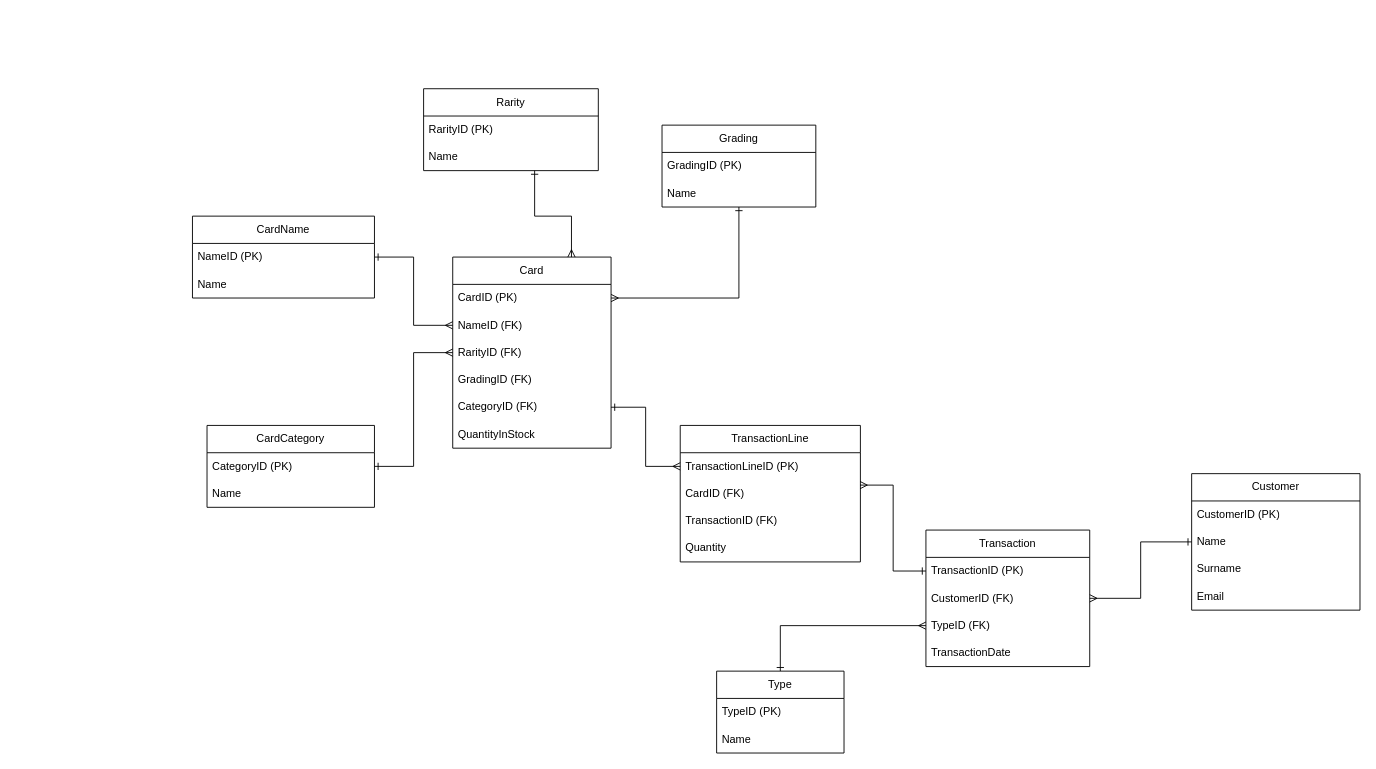
This is Documentation/LevelUp1PhysicalERD.drawio from bbd-grad-levelups/Fantasy-Trading-Card-Database, a draw.io file, before an edit. Source tidied: cells renumbered, new cells numbered last; positions are measured from the earlier drawing's top-left corner, leaving out a move shared by most shapes. Both pictures are drawn from the tidied source at 91%, with x=0, y=0 at pixel (192, 88).
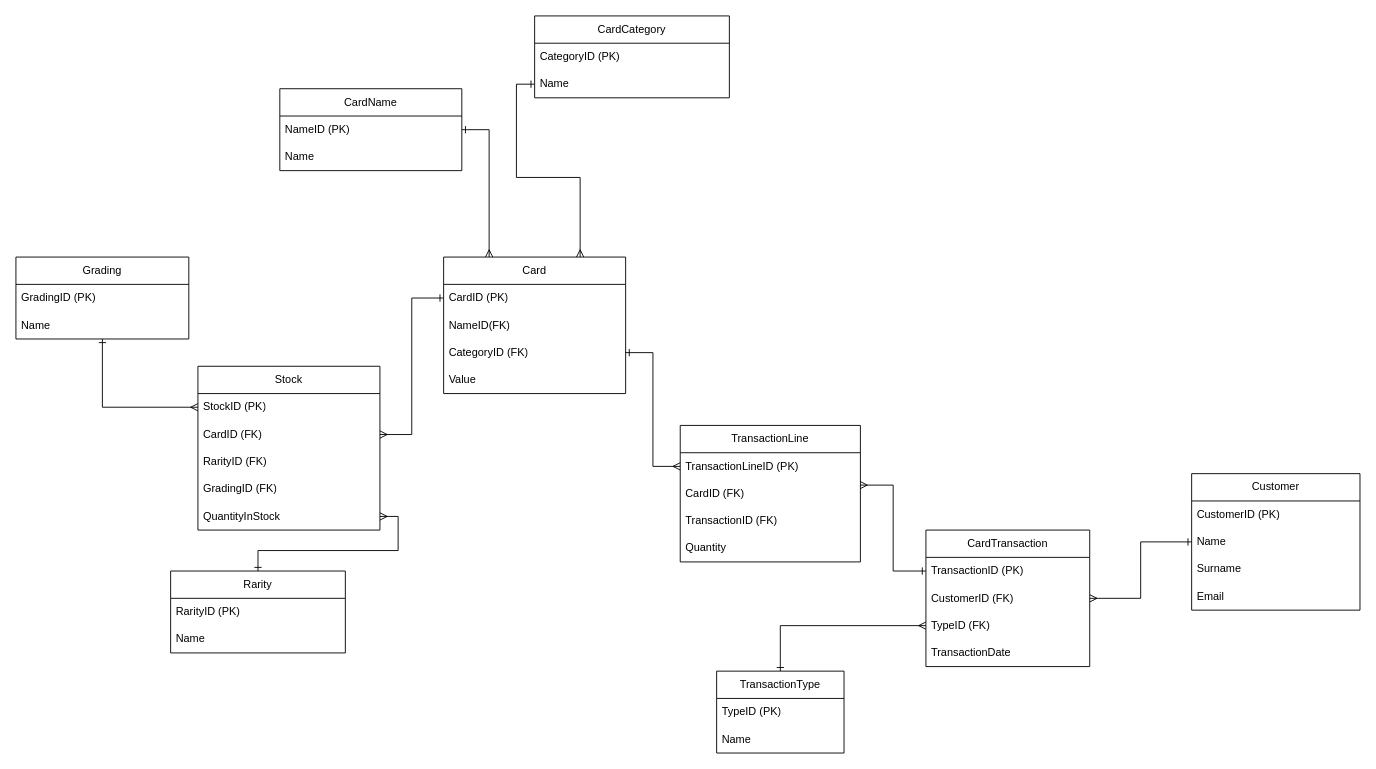
The same page after the edit.

Unchanged cells that the change refers to:
```xml
<mxCell id="37" value="TransactionLineID (PK)" style="text;strokeColor=none;fillColor=none;align=left;verticalAlign=middle;spacingLeft=4;spacingRight=4;overflow=hidden;points=[[0,0.5],[1,0.5]];portConstraint=eastwest;whiteSpace=wrap;html=1;" parent="36" vertex="1">
  <mxGeometry y="30" width="198" height="30" as="geometry" />
</mxCell>
<mxCell id="44" value="NameID (PK)" style="text;strokeColor=none;fillColor=none;align=left;verticalAlign=middle;spacingLeft=4;spacingRight=4;overflow=hidden;points=[[0,0.5],[1,0.5]];portConstraint=eastwest;whiteSpace=wrap;html=1;" parent="43" vertex="1">
  <mxGeometry y="30" width="200" height="30" as="geometry" />
</mxCell>
```

Diff of the diagram source:
```diff
@@
-    <mxCell id="2" value="CardCategory" style="swimlane;fontStyle=0;horizontal=1;startSize=30;whiteSpace=wrap;html=1;" parent="1" vertex="1">
-      <mxGeometry x="16" y="370" width="184" height="90" as="geometry" />
-    </mxCell>
-    <mxCell id="3" value="CategoryID (PK)" style="text;strokeColor=none;fillColor=none;align=left;verticalAlign=middle;spacingLeft=4;spacingRight=4;overflow=hidden;points=[[0,0.5],[1,0.5]];portConstraint=eastwest;whiteSpace=wrap;html=1;" parent="2" vertex="1">
-      <mxGeometry y="30" width="184" height="30" as="geometry" />
-    </mxCell>
-    <mxCell id="4" value="Name" style="text;strokeColor=none;fillColor=none;align=left;verticalAlign=middle;spacingLeft=4;spacingRight=4;overflow=hidden;whiteSpace=wrap;html=1;" parent="2" vertex="1">
-      <mxGeometry y="60" width="184" height="30" as="geometry" />
-    </mxCell>
-    <mxCell id="5" value="Card" style="swimlane;fontStyle=0;horizontal=1;startSize=30;whiteSpace=wrap;html=1;" parent="1" vertex="1">
-      <mxGeometry x="286" y="185" width="174" height="210" as="geometry" />
-    </mxCell>
-    <mxCell id="6" value="CardID (PK)" style="text;strokeColor=none;fillColor=none;align=left;verticalAlign=middle;spacingLeft=4;spacingRight=4;overflow=hidden;points=[[0,0.5],[1,0.5]];portConstraint=eastwest;whiteSpace=wrap;html=1;" parent="5" vertex="1">
-      <mxGeometry y="30" width="174" height="30" as="geometry" />
-    </mxCell>
-    <mxCell id="7" value="NameID (FK)" style="text;strokeColor=none;fillColor=none;align=left;verticalAlign=middle;spacingLeft=4;spacingRight=4;overflow=hidden;points=[[0,0.5],[1,0.5]];portConstraint=eastwest;whiteSpace=wrap;html=1;" parent="5" vertex="1">
-      <mxGeometry y="60" width="174" height="30" as="geometry" />
-    </mxCell>
-    <mxCell id="8" value="RarityID (FK)" style="text;strokeColor=none;fillColor=none;align=left;verticalAlign=middle;spacingLeft=4;spacingRight=4;overflow=hidden;points=[[0,0.5],[1,0.5]];portConstraint=eastwest;whiteSpace=wrap;html=1;" parent="5" vertex="1">
-      <mxGeometry y="90" width="174" height="30" as="geometry" />
-    </mxCell>
-    <mxCell id="9" value="GradingID (FK)" style="text;strokeColor=none;fillColor=none;align=left;verticalAlign=middle;spacingLeft=4;spacingRight=4;overflow=hidden;whiteSpace=wrap;html=1;" parent="5" vertex="1">
-      <mxGeometry y="120" width="174" height="30" as="geometry" />
-    </mxCell>
-    <mxCell id="10" value="CategoryID (FK)" style="text;strokeColor=none;fillColor=none;align=left;verticalAlign=middle;spacingLeft=4;spacingRight=4;overflow=hidden;points=[[0,0.5],[1,0.5]];portConstraint=eastwest;whiteSpace=wrap;html=1;" parent="5" vertex="1">
-      <mxGeometry y="150" width="174" height="30" as="geometry" />
-    </mxCell>
-    <mxCell id="11" value="QuantityInStock" style="text;strokeColor=none;fillColor=none;align=left;verticalAlign=middle;spacingLeft=4;spacingRight=4;overflow=hidden;points=[[0,0.5],[1,0.5]];portConstraint=eastwest;whiteSpace=wrap;html=1;" parent="5" vertex="1">
-      <mxGeometry y="180" width="174" height="30" as="geometry" />
-    </mxCell>
-    <mxCell id="12" style="edgeStyle=orthogonalEdgeStyle;rounded=0;jettySize=auto;html=1;entryX=1;entryY=0.5;entryDx=0;entryDy=0;endArrow=ERmany;endFill=0;startArrow=ERone;startFill=0;" parent="1" edge="1" source="13" target="6">
-      <mxGeometry relative="1" as="geometry" />
-    </mxCell>
-    <mxCell id="13" value="Grading" style="swimlane;fontStyle=0;horizontal=1;startSize=30;whiteSpace=wrap;html=1;" parent="1" vertex="1">
-      <mxGeometry x="516" y="40" width="169" height="90" as="geometry" />
-    </mxCell>
-    <mxCell id="14" value="GradingID (PK)" style="text;strokeColor=none;fillColor=none;align=left;verticalAlign=middle;spacingLeft=4;spacingRight=4;overflow=hidden;whiteSpace=wrap;html=1;" parent="13" vertex="1">
-      <mxGeometry y="30" width="169" height="30" as="geometry" />
-    </mxCell>
-    <mxCell id="15" value="Name" style="text;strokeColor=none;fillColor=none;align=left;verticalAlign=middle;spacingLeft=4;spacingRight=4;overflow=hidden;whiteSpace=wrap;html=1;" parent="13" vertex="1">
-      <mxGeometry y="60" width="169" height="30" as="geometry" />
-    </mxCell>
-    <mxCell id="16" value="Transaction" style="swimlane;fontStyle=0;horizontal=1;startSize=30;whiteSpace=wrap;html=1;" parent="1" vertex="1">
+    <mxCell id="16" value="CardTransaction" style="swimlane;fontStyle=0;horizontal=1;startSize=30;whiteSpace=wrap;html=1;" parent="1" vertex="1">
       <mxGeometry x="806" y="485" width="180" height="150" as="geometry" />
     </mxCell>
@@
-    <mxCell id="21" value="Rarity" style="swimlane;fontStyle=0;horizontal=1;startSize=30;whiteSpace=wrap;html=1;" parent="1" vertex="1">
-      <mxGeometry x="254" width="192" height="90" as="geometry" />
-    </mxCell>
-    <mxCell id="22" value="RarityID (PK)" style="text;strokeColor=none;fillColor=none;align=left;verticalAlign=middle;spacingLeft=4;spacingRight=4;overflow=hidden;whiteSpace=wrap;html=1;" parent="21" vertex="1">
-      <mxGeometry y="30" width="192" height="30" as="geometry" />
-    </mxCell>
-    <mxCell id="23" value="Name" style="text;strokeColor=none;fillColor=none;align=left;verticalAlign=middle;spacingLeft=4;spacingRight=4;overflow=hidden;points=[[0,0.5],[1,0.5]];portConstraint=eastwest;whiteSpace=wrap;html=1;" parent="21" vertex="1">
-      <mxGeometry y="60" width="192" height="30" as="geometry" />
-    </mxCell>
-    <mxCell id="24" style="edgeStyle=orthogonalEdgeStyle;rounded=0;jettySize=auto;html=1;entryX=0.75;entryY=0;entryDx=0;entryDy=0;endArrow=ERmany;endFill=0;startArrow=ERone;startFill=0;" parent="1" edge="1" source="23" target="5">
-      <mxGeometry relative="1" as="geometry">
-        <Array as="points">
-          <mxPoint x="376" y="140" />
-          <mxPoint x="417" y="140" />
-        </Array>
-      </mxGeometry>
-    </mxCell>
-    <mxCell id="25" style="edgeStyle=orthogonalEdgeStyle;rounded=0;jettySize=auto;html=1;entryX=1;entryY=0.5;entryDx=0;entryDy=0;startArrow=ERmany;startFill=0;endArrow=ERone;endFill=0;" parent="1" edge="1" source="8" target="3">
-      <mxGeometry relative="1" as="geometry" />
-    </mxCell>
@@
-    <mxCell id="33" value="Type" style="swimlane;fontStyle=0;horizontal=1;startSize=30;whiteSpace=wrap;html=1;" parent="1" vertex="1">
+    <mxCell id="33" value="TransactionType" style="swimlane;fontStyle=0;horizontal=1;startSize=30;whiteSpace=wrap;html=1;" parent="1" vertex="1">
       <mxGeometry x="576" y="640" width="140" height="90" as="geometry" />
     </mxCell>
@@
-    <mxCell id="41" style="edgeStyle=orthogonalEdgeStyle;rounded=0;jettySize=auto;html=1;entryX=0;entryY=0.5;entryDx=0;entryDy=0;endArrow=ERmany;endFill=0;startArrow=ERone;startFill=0;" parent="1" edge="1" source="10" target="37">
+    <mxCell id="41" style="edgeStyle=orthogonalEdgeStyle;rounded=0;jettySize=auto;html=1;entryX=0;entryY=0.5;entryDx=0;entryDy=0;endArrow=ERmany;endFill=0;startArrow=ERone;startFill=0;exitX=1;exitY=0.5;exitDx=0;exitDy=0;" parent="1" edge="1" source="10" target="37">
       <mxGeometry relative="1" as="geometry" />
     </mxCell>
@@
+    <mxCell id="2" value="CardCategory" style="swimlane;fontStyle=0;horizontal=1;startSize=30;whiteSpace=wrap;html=1;" parent="1" vertex="1">
+      <mxGeometry x="376" y="-80" width="214" height="90" as="geometry" />
+    </mxCell>
+    <mxCell id="3" value="CategoryID (PK)" style="text;strokeColor=none;fillColor=none;align=left;verticalAlign=middle;spacingLeft=4;spacingRight=4;overflow=hidden;points=[[0,0.5],[1,0.5]];portConstraint=eastwest;whiteSpace=wrap;html=1;" parent="2" vertex="1">
+      <mxGeometry y="30" width="214" height="30" as="geometry" />
+    </mxCell>
+    <mxCell id="47" value="Name" style="text;strokeColor=none;fillColor=none;align=left;verticalAlign=middle;spacingLeft=4;spacingRight=4;overflow=hidden;points=[[0,0.5],[1,0.5]];portConstraint=eastwest;whiteSpace=wrap;html=1;" parent="2" vertex="1">
+      <mxGeometry y="60" width="214" height="30" as="geometry" />
+    </mxCell>
+    <mxCell id="5" value="Card" style="swimlane;fontStyle=0;horizontal=1;startSize=30;whiteSpace=wrap;html=1;" parent="1" vertex="1">
+      <mxGeometry x="276" y="185" width="200" height="150" as="geometry" />
+    </mxCell>
+    <mxCell id="6" value="CardID (PK)" style="text;strokeColor=none;fillColor=none;align=left;verticalAlign=middle;spacingLeft=4;spacingRight=4;overflow=hidden;points=[[0,0.5],[1,0.5]];portConstraint=eastwest;whiteSpace=wrap;html=1;" parent="5" vertex="1">
+      <mxGeometry y="30" width="200" height="30" as="geometry" />
+    </mxCell>
+    <mxCell id="48" value="NameID(FK)" style="text;strokeColor=none;fillColor=none;align=left;verticalAlign=middle;spacingLeft=4;spacingRight=4;overflow=hidden;whiteSpace=wrap;html=1;" parent="5" vertex="1">
+      <mxGeometry y="60" width="200" height="30" as="geometry" />
+    </mxCell>
+    <mxCell id="10" value="CategoryID (FK)" style="text;strokeColor=none;fillColor=none;align=left;verticalAlign=middle;spacingLeft=4;spacingRight=4;overflow=hidden;points=[[0,0.5],[1,0.5]];portConstraint=eastwest;whiteSpace=wrap;html=1;" parent="5" vertex="1">
+      <mxGeometry y="90" width="200" height="30" as="geometry" />
+    </mxCell>
+    <mxCell id="49" value="Value" style="text;strokeColor=none;fillColor=none;align=left;verticalAlign=middle;spacingLeft=4;spacingRight=4;overflow=hidden;whiteSpace=wrap;html=1;" parent="5" vertex="1">
+      <mxGeometry y="120" width="200" height="30" as="geometry" />
+    </mxCell>
+    <mxCell id="50" style="edgeStyle=orthogonalEdgeStyle;rounded=0;jettySize=auto;html=1;entryX=0;entryY=0.5;entryDx=0;entryDy=0;endArrow=ERmany;endFill=0;startArrow=ERone;startFill=0;" parent="1" edge="1" source="13" target="54">
+      <mxGeometry relative="1" as="geometry" />
+    </mxCell>
+    <mxCell id="13" value="Grading" style="swimlane;fontStyle=0;horizontal=1;startSize=30;whiteSpace=wrap;html=1;" parent="1" vertex="1">
+      <mxGeometry x="-194" y="185" width="190" height="90" as="geometry" />
+    </mxCell>
+    <mxCell id="14" value="GradingID (PK)" style="text;strokeColor=none;fillColor=none;align=left;verticalAlign=middle;spacingLeft=4;spacingRight=4;overflow=hidden;whiteSpace=wrap;html=1;" parent="13" vertex="1">
+      <mxGeometry y="30" width="190" height="30" as="geometry" />
+    </mxCell>
+    <mxCell id="51" value="Name" style="text;strokeColor=none;fillColor=none;align=left;verticalAlign=middle;spacingLeft=4;spacingRight=4;overflow=hidden;whiteSpace=wrap;html=1;" parent="13" vertex="1">
+      <mxGeometry y="60" width="190" height="30" as="geometry" />
+    </mxCell>
+    <mxCell id="52" style="edgeStyle=orthogonalEdgeStyle;rounded=0;jettySize=auto;html=1;entryX=1;entryY=0.5;entryDx=0;entryDy=0;endArrow=ERmany;endFill=0;startArrow=ERone;startFill=0;" parent="1" edge="1" source="21" target="11">
+      <mxGeometry relative="1" as="geometry" />
+    </mxCell>
+    <mxCell id="21" value="Rarity" style="swimlane;fontStyle=0;horizontal=1;startSize=30;whiteSpace=wrap;html=1;" parent="1" vertex="1">
+      <mxGeometry x="-24" y="530" width="192" height="90" as="geometry" />
+    </mxCell>
+    <mxCell id="22" value="RarityID (PK)" style="text;strokeColor=none;fillColor=none;align=left;verticalAlign=middle;spacingLeft=4;spacingRight=4;overflow=hidden;whiteSpace=wrap;html=1;" parent="21" vertex="1">
+      <mxGeometry y="30" width="192" height="30" as="geometry" />
+    </mxCell>
+    <mxCell id="23" value="Name" style="text;strokeColor=none;fillColor=none;align=left;verticalAlign=middle;spacingLeft=4;spacingRight=4;overflow=hidden;points=[[0,0.5],[1,0.5]];portConstraint=eastwest;whiteSpace=wrap;html=1;" parent="21" vertex="1">
+      <mxGeometry y="60" width="192" height="30" as="geometry" />
+    </mxCell>
     <mxCell id="43" value="CardName" style="swimlane;fontStyle=0;horizontal=1;startSize=30;whiteSpace=wrap;html=1;" parent="1" vertex="1">
-      <mxGeometry y="140" width="200" height="90" as="geometry" />
+      <mxGeometry x="96" width="200" height="90" as="geometry" />
     </mxCell>
@@
-    <mxCell id="46" style="edgeStyle=orthogonalEdgeStyle;rounded=0;jettySize=auto;html=1;entryX=0;entryY=0.5;entryDx=0;entryDy=0;endArrow=ERmany;endFill=0;startArrow=ERone;startFill=0;" parent="1" edge="1" source="44" target="7">
-      <mxGeometry relative="1" as="geometry" />
-    </mxCell>
+    <mxCell id="53" value="Stock" style="swimlane;fontStyle=0;horizontal=1;startSize=30;whiteSpace=wrap;html=1;" parent="1" vertex="1">
+      <mxGeometry x="6" y="305" width="200" height="180" as="geometry" />
+    </mxCell>
+    <mxCell id="54" value="StockID (PK)" style="text;strokeColor=none;fillColor=none;align=left;verticalAlign=middle;spacingLeft=4;spacingRight=4;overflow=hidden;points=[[0,0.5],[1,0.5]];portConstraint=eastwest;whiteSpace=wrap;html=1;" parent="53" vertex="1">
+      <mxGeometry y="30" width="200" height="30" as="geometry" />
+    </mxCell>
+    <mxCell id="55" value="CardID (FK)" style="text;strokeColor=none;fillColor=none;align=left;verticalAlign=middle;spacingLeft=4;spacingRight=4;overflow=hidden;points=[[0,0.5],[1,0.5]];portConstraint=eastwest;whiteSpace=wrap;html=1;" parent="53" vertex="1">
+      <mxGeometry y="60" width="200" height="30" as="geometry" />
+    </mxCell>
+    <mxCell id="8" value="RarityID (FK)" style="text;strokeColor=none;fillColor=none;align=left;verticalAlign=middle;spacingLeft=4;spacingRight=4;overflow=hidden;points=[[0,0.5],[1,0.5]];portConstraint=eastwest;whiteSpace=wrap;html=1;" parent="53" vertex="1">
+      <mxGeometry y="90" width="200" height="30" as="geometry" />
+    </mxCell>
+    <mxCell id="9" value="GradingID (FK)" style="text;strokeColor=none;fillColor=none;align=left;verticalAlign=middle;spacingLeft=4;spacingRight=4;overflow=hidden;whiteSpace=wrap;html=1;" parent="53" vertex="1">
+      <mxGeometry y="120" width="200" height="30" as="geometry" />
+    </mxCell>
+    <mxCell id="11" value="QuantityInStock" style="text;strokeColor=none;fillColor=none;align=left;verticalAlign=middle;spacingLeft=4;spacingRight=4;overflow=hidden;points=[[0,0.5],[1,0.5]];portConstraint=eastwest;whiteSpace=wrap;html=1;" parent="53" vertex="1">
+      <mxGeometry y="150" width="200" height="30" as="geometry" />
+    </mxCell>
+    <mxCell id="56" style="edgeStyle=orthogonalEdgeStyle;rounded=0;jettySize=auto;html=1;entryX=1;entryY=0.5;entryDx=0;entryDy=0;endArrow=ERmany;endFill=0;startArrow=ERone;startFill=0;" parent="1" edge="1" source="6" target="55">
+      <mxGeometry relative="1" as="geometry" />
+    </mxCell>
+    <mxCell id="57" style="edgeStyle=orthogonalEdgeStyle;rounded=0;jettySize=auto;html=1;entryX=0.25;entryY=0;entryDx=0;entryDy=0;endArrow=ERmany;endFill=0;startArrow=ERone;startFill=0;" parent="1" edge="1" source="44" target="5">
+      <mxGeometry relative="1" as="geometry" />
+    </mxCell>
+    <mxCell id="58" style="edgeStyle=orthogonalEdgeStyle;rounded=0;jettySize=auto;html=1;entryX=0.75;entryY=0;entryDx=0;entryDy=0;endArrow=ERmany;endFill=0;startArrow=ERone;startFill=0;" parent="1" edge="1" source="47" target="5">
+      <mxGeometry relative="1" as="geometry" />
+    </mxCell>
```
